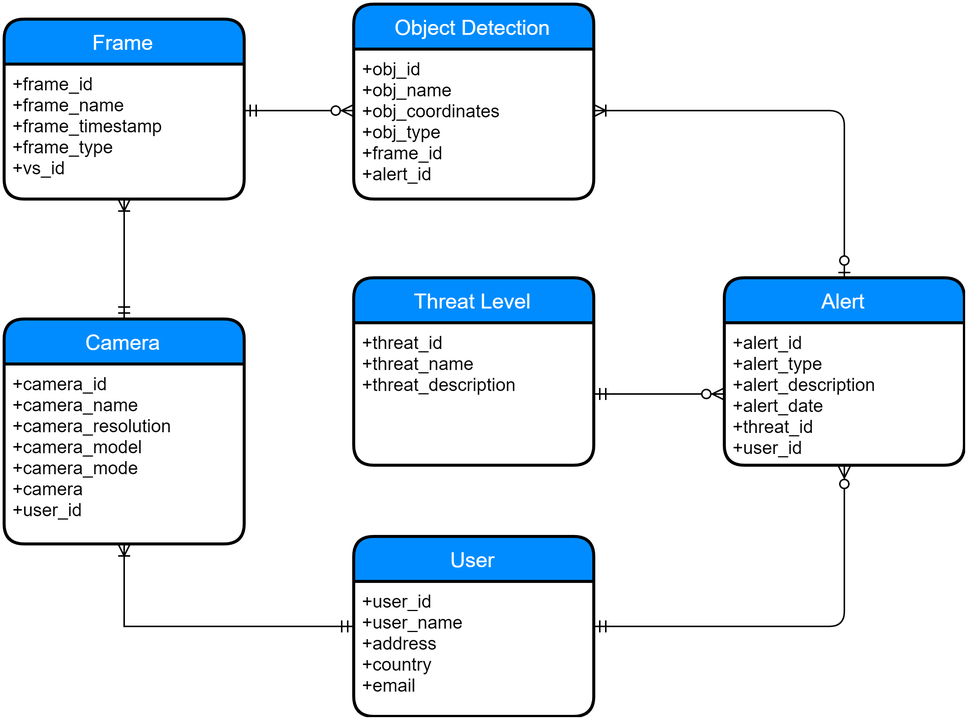
The draw.io diagram 2. Analysis/5. System Analysis/Database/database_analysis.png in esrg-silent-howl/argos, before a commit. Source tidied: cells renumbered, new cells last; positions are measured from the earlier drawing's top-left corner, leaving out a move shared by most shapes.
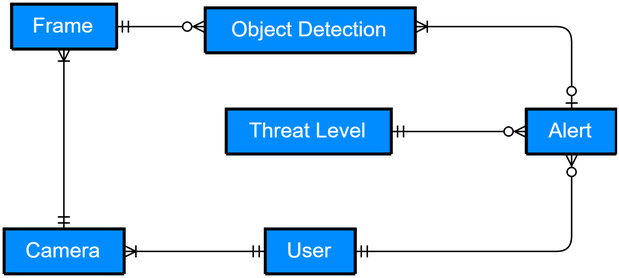
After the change.

Commit message:
FIX: Corrected Database Analysis

Diff of the diagram source:
```diff
@@ -2,71 +2,26 @@
   <root>
     <mxCell id="0" />
     <mxCell id="1" parent="0" />
-    <mxCell id="2" value="Object Detection" style="swimlane;horizontal=1;startSize=30;fillColor=#008cff;fontColor=#FFFFFF;rounded=1;fontSize=14;fontStyle=0;strokeWidth=2;shadow=0;dashed=0;align=center;" parent="1" vertex="1">
-      <mxGeometry x="233" width="160" height="130" as="geometry" />
+    <mxCell id="2" value="Object Detection" style="swimlane;horizontal=1;startSize=30;fillColor=#008cff;fontColor=#FFFFFF;rounded=1;fontSize=14;fontStyle=0;strokeWidth=2;shadow=0;dashed=0;align=center;" parent="1" vertex="1" collapsed="1">
+      <mxGeometry x="206" y="2.5" width="140" height="30" as="geometry" />
     </mxCell>
-    <mxCell id="3" value="+obj_id&#10;+obj_name&#10;+obj_coordinates&#10;+obj_type&#10;+frame_id&#10;+alert_id" style="align=left;strokeColor=none;fillColor=none;spacingLeft=4;fontSize=12;verticalAlign=top;" parent="2" vertex="1">
-      <mxGeometry y="30" width="160" height="100" as="geometry" />
-    </mxCell>
-    <mxCell id="4" style="edgeStyle=orthogonalEdgeStyle;rounded=0;jettySize=auto;html=1;exitX=0.5;exitY=1;exitDx=0;exitDy=0;entryX=0;entryY=0.335;entryDx=0;entryDy=0;entryPerimeter=0;startArrow=ERoneToMany;startFill=0;endArrow=ERmandOne;endFill=0;" parent="1" edge="1" source="6" target="12">
-      <mxGeometry relative="1" as="geometry">
-        <Array as="points">
-          <mxPoint x="80" y="415" />
-        </Array>
-      </mxGeometry>
+    <mxCell id="4" style="edgeStyle=orthogonalEdgeStyle;rounded=0;jettySize=auto;html=1;exitX=1;exitY=0.5;exitDx=0;exitDy=0;entryX=0;entryY=0.5;entryDx=0;entryDy=0;startArrow=ERoneToMany;startFill=0;endArrow=ERmandOne;endFill=0;" parent="1" edge="1" source="5" target="11">
+      <mxGeometry relative="1" as="geometry" />
     </mxCell>
-    <mxCell id="5" value="Camera" style="swimlane;horizontal=1;startSize=30;fillColor=#008cff;fontColor=#FFFFFF;rounded=1;fontSize=14;fontStyle=0;strokeWidth=2;shadow=0;dashed=0;align=center;" parent="1" vertex="1">
-      <mxGeometry y="210" width="160" height="150" as="geometry" />
+    <mxCell id="5" value="Camera" style="swimlane;horizontal=1;startSize=30;fillColor=#008cff;fontColor=#FFFFFF;rounded=1;fontSize=14;fontStyle=0;strokeWidth=2;shadow=0;dashed=0;align=center;" parent="1" vertex="1" collapsed="1">
+      <mxGeometry x="72" y="150" width="80" height="30" as="geometry" />
     </mxCell>
-    <mxCell id="6" value="+camera_id&#10;+camera_name&#10;+camera_resolution&#10;+camera_model&#10;+camera_mode&#10;+camera&#10;+user_id" style="align=left;strokeColor=none;fillColor=none;spacingLeft=4;fontSize=12;verticalAlign=top;" parent="5" vertex="1">
-      <mxGeometry y="30" width="160" height="120" as="geometry" />
-    </mxCell>
-    <mxCell id="7" style="edgeStyle=elbowEdgeStyle;rounded=1;jettySize=auto;html=1;startArrow=ERmandOne;startFill=0;endArrow=ERzeroToMany;endFill=1;exitX=1.002;exitY=0.344;exitDx=0;exitDy=0;entryX=0.002;entryY=0.411;entryDx=0;entryDy=0;exitPerimeter=0;entryPerimeter=0;" parent="1" edge="1" source="9" target="3">
-      <mxGeometry relative="1" as="geometry" />
-    </mxCell>
-    <mxCell id="8" value="Frame" style="swimlane;horizontal=1;startSize=30;fillColor=#008cff;fontColor=#FFFFFF;rounded=1;fontSize=14;fontStyle=0;strokeWidth=2;shadow=0;dashed=0;align=center;" parent="1" vertex="1">
-      <mxGeometry y="10" width="160" height="120" as="geometry" />
+    <mxCell id="8" value="Frame" style="swimlane;horizontal=1;startSize=30;fillColor=#008cff;fontColor=#FFFFFF;rounded=1;fontSize=14;fontStyle=0;strokeWidth=2;shadow=0;dashed=0;align=center;" parent="1" vertex="1" collapsed="1">
+      <mxGeometry x="77" width="70" height="30" as="geometry" />
     </mxCell>
-    <mxCell id="9" value="+frame_id&#10;+frame_name&#10;+frame_timestamp&#10;+frame_type&#10;+vs_id" style="align=left;strokeColor=none;fillColor=none;spacingLeft=4;fontSize=12;verticalAlign=top;" parent="8" vertex="1">
-      <mxGeometry y="30" width="160" height="90" as="geometry" />
-    </mxCell>
-    <mxCell id="10" style="edgeStyle=orthogonalEdgeStyle;rounded=1;jettySize=auto;html=1;exitX=1;exitY=0.5;exitDx=0;exitDy=0;entryX=0.5;entryY=1;entryDx=0;entryDy=0;startArrow=ERmandOne;startFill=0;endArrow=ERzeroToMany;endFill=1;fontColor=#FF3333;" parent="1" edge="1" source="11" target="15">
-      <mxGeometry relative="1" as="geometry">
-        <Array as="points">
-          <mxPoint x="560" y="415" />
-        </Array>
-      </mxGeometry>
-    </mxCell>
-    <mxCell id="11" value="User" style="swimlane;horizontal=1;startSize=30;fillColor=#008cff;fontColor=#FFFFFF;rounded=1;fontSize=14;fontStyle=0;strokeWidth=2;shadow=0;dashed=0;align=center;" parent="1" vertex="1">
-      <mxGeometry x="233" y="355" width="160" height="120" as="geometry" />
+    <mxCell id="11" value="User" style="swimlane;horizontal=1;startSize=30;fillColor=#008cff;fontColor=#FFFFFF;rounded=1;fontSize=14;fontStyle=0;strokeWidth=2;shadow=0;dashed=0;align=center;" parent="1" vertex="1" collapsed="1">
+      <mxGeometry x="246" y="150" width="60" height="30" as="geometry" />
     </mxCell>
-    <mxCell id="12" value="+user_id&#10;+user_name&#10;+address&#10;+country&#10;+email" style="align=left;strokeColor=none;fillColor=none;spacingLeft=4;fontSize=12;verticalAlign=top;" parent="11" vertex="1">
-      <mxGeometry y="30" width="160" height="90" as="geometry" />
-    </mxCell>
-    <mxCell id="13" style="edgeStyle=orthogonalEdgeStyle;rounded=1;jettySize=auto;html=1;exitX=0.5;exitY=0;exitDx=0;exitDy=0;entryX=0.999;entryY=0.409;entryDx=0;entryDy=0;startArrow=ERzeroToOne;startFill=1;endArrow=ERoneToMany;endFill=0;fontColor=#FF3333;entryPerimeter=0;" parent="1" edge="1" source="14" target="3">
-      <mxGeometry relative="1" as="geometry">
-        <Array as="points">
-          <mxPoint x="560" y="71" />
-        </Array>
-      </mxGeometry>
-    </mxCell>
-    <mxCell id="14" value="Alert" style="swimlane;horizontal=1;startSize=30;fillColor=#008cff;fontColor=#FFFFFF;rounded=1;fontSize=14;fontStyle=0;strokeWidth=2;shadow=0;dashed=0;align=center;" parent="1" vertex="1">
-      <mxGeometry x="480" y="182.5" width="160" height="125" as="geometry" />
+    <mxCell id="14" value="Alert" style="swimlane;horizontal=1;startSize=30;fillColor=#008cff;fontColor=#FFFFFF;rounded=1;fontSize=14;fontStyle=0;strokeWidth=2;shadow=0;dashed=0;align=center;" parent="1" vertex="1" collapsed="1">
+      <mxGeometry x="420" y="70" width="60" height="30" as="geometry" />
     </mxCell>
-    <mxCell id="15" value="+alert_id&#10;+alert_type&#10;+alert_description&#10;+alert_date&#10;+threat_id&#10;+user_id" style="align=left;strokeColor=none;fillColor=none;spacingLeft=4;fontSize=12;verticalAlign=top;" parent="14" vertex="1">
-      <mxGeometry y="30" width="160" height="95" as="geometry" />
-    </mxCell>
-    <mxCell id="16" value="Threat Level" style="swimlane;horizontal=1;startSize=30;fillColor=#008cff;fontColor=#FFFFFF;rounded=1;fontSize=14;fontStyle=0;strokeWidth=2;shadow=0;dashed=0;align=center;" parent="1" vertex="1">
-      <mxGeometry x="233" y="182.5" width="160" height="125" as="geometry" />
+    <mxCell id="16" value="Threat Level" style="swimlane;horizontal=1;startSize=30;fillColor=#008cff;fontColor=#FFFFFF;rounded=1;fontSize=14;fontStyle=0;strokeWidth=2;shadow=0;dashed=0;align=center;" parent="1" vertex="1" collapsed="1">
+      <mxGeometry x="220" y="70" width="110" height="30" as="geometry" />
     </mxCell>
-    <mxCell id="17" value="+threat_id&#10;+threat_name&#10;+threat_description" style="align=left;strokeColor=none;fillColor=none;spacingLeft=4;fontSize=12;verticalAlign=top;" parent="16" vertex="1">
-      <mxGeometry y="30" width="160" height="95" as="geometry" />
-    </mxCell>
-    <mxCell id="18" style="edgeStyle=orthogonalEdgeStyle;rounded=0;jettySize=auto;html=1;exitX=0.5;exitY=0;exitDx=0;exitDy=0;entryX=0.5;entryY=1;entryDx=0;entryDy=0;startArrow=ERmandOne;startFill=0;endArrow=ERoneToMany;endFill=0;" parent="1" edge="1" source="5" target="9">
-      <mxGeometry relative="1" as="geometry" />
-    </mxCell>
-    <mxCell id="19" style="edgeStyle=orthogonalEdgeStyle;rounded=1;jettySize=auto;html=1;exitX=1;exitY=0.5;exitDx=0;exitDy=0;entryX=0;entryY=0.5;entryDx=0;entryDy=0;startArrow=ERmandOne;startFill=0;endArrow=ERzeroToMany;endFill=1;fontColor=#FF3333;" parent="1" edge="1" source="17" target="15">
-      <mxGeometry relative="1" as="geometry" />
-    </mxCell>
   </root>
 </mxGraphModel>
```
